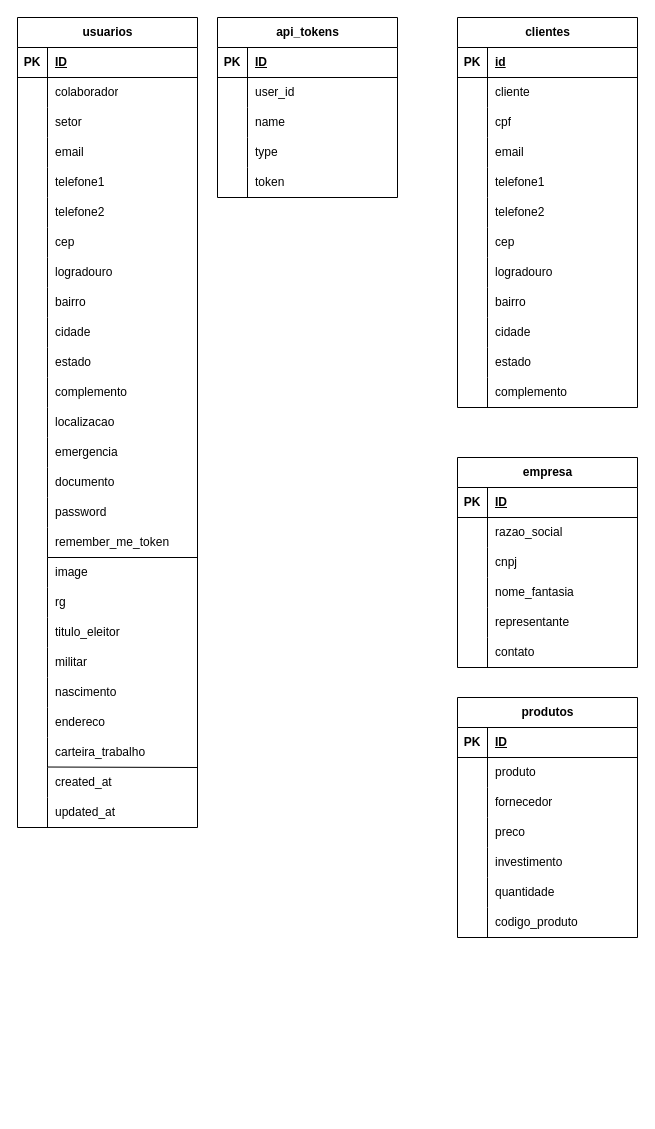
The draw.io diagram resources/diagrama_classe.drawio in VitorCostaTI/LingoBack, before the edit. Source tidied: cells renumbered, new cells numbered last; positions are measured from the earlier drawing's top-left corner, leaving out a move shared by most shapes. Both pictures are drawn from the tidied source at 100%, with x=0, y=0 at pixel (17, 17).
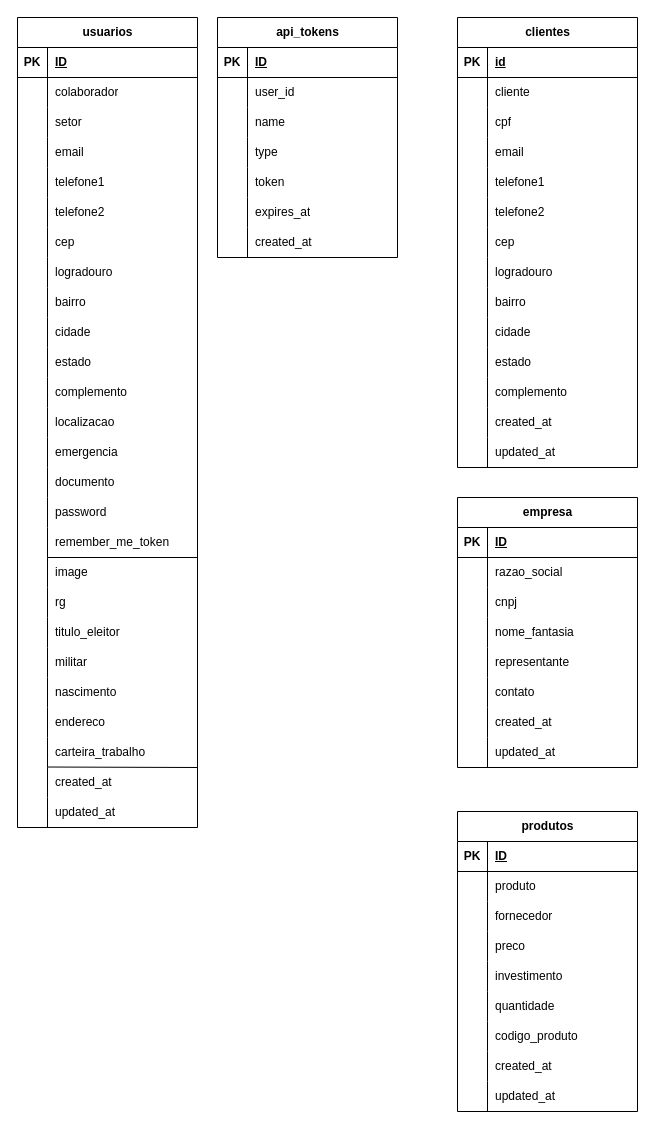
After the change.

What changed in the source:
```diff
@@
     <mxCell id="83" value="api_tokens" style="shape=table;startSize=30;childLayout=tableLayout;rowLines=0;fontStyle=1;align=center;html=1;" parent="1" vertex="1">
-      <mxGeometry x="200" width="180" height="180" as="geometry" />
+      <mxGeometry x="200" width="180" height="240" as="geometry" />
     </mxCell>
@@
+    <mxCell id="177" style="shape=tableRow;horizontal=0;startSize=0;swimlaneHead=0;swimlaneBody=0;fillColor=none;top=0;left=0;right=0;bottom=0;" parent="83" vertex="1">
+      <mxGeometry y="180" width="180" height="30" as="geometry" />
+    </mxCell>
+    <mxCell id="178" style="shape=partialRectangle;fillColor=none;top=0;left=0;bottom=0;right=0;overflow=hidden;whiteSpace=wrap;html=1;" parent="177" vertex="1">
+      <mxGeometry width="30" height="30" as="geometry" />
+    </mxCell>
+    <mxCell id="179" value="expires_at" style="shape=partialRectangle;fillColor=none;top=0;left=0;bottom=0;right=0;align=left;spacingLeft=6;overflow=hidden;whiteSpace=wrap;html=1;" parent="177" vertex="1">
+      <mxGeometry x="30" width="150" height="30" as="geometry" />
+    </mxCell>
+    <mxCell id="180" style="shape=tableRow;horizontal=0;startSize=0;swimlaneHead=0;swimlaneBody=0;fillColor=none;top=0;left=0;right=0;bottom=0;" parent="83" vertex="1">
+      <mxGeometry y="210" width="180" height="30" as="geometry" />
+    </mxCell>
+    <mxCell id="181" style="shape=partialRectangle;fillColor=none;top=0;left=0;bottom=0;right=0;overflow=hidden;whiteSpace=wrap;html=1;" parent="180" vertex="1">
+      <mxGeometry width="30" height="30" as="geometry" />
+    </mxCell>
+    <mxCell id="182" value="created_at&lt;br&gt;" style="shape=partialRectangle;fillColor=none;top=0;left=0;bottom=0;right=0;align=left;spacingLeft=6;overflow=hidden;whiteSpace=wrap;html=1;" parent="180" vertex="1">
+      <mxGeometry x="30" width="150" height="30" as="geometry" />
+    </mxCell>
     <mxCell id="99" value="clientes" style="shape=table;startSize=30;childLayout=tableLayout;rowLines=0;fontStyle=1;align=center;html=1;" parent="1" vertex="1">
-      <mxGeometry x="440" width="180" height="390" as="geometry" />
+      <mxGeometry x="440" width="180" height="450" as="geometry" />
     </mxCell>
@@
+    <mxCell id="183" style="shape=tableRow;horizontal=0;startSize=0;swimlaneHead=0;swimlaneBody=0;fillColor=none;top=0;left=0;right=0;bottom=0;" parent="99" vertex="1">
+      <mxGeometry y="390" width="180" height="30" as="geometry" />
+    </mxCell>
+    <mxCell id="184" style="shape=partialRectangle;fillColor=none;top=0;left=0;bottom=0;right=0;overflow=hidden;whiteSpace=wrap;html=1;" parent="183" vertex="1">
+      <mxGeometry width="30" height="30" as="geometry" />
+    </mxCell>
+    <mxCell id="185" value="created_at" style="shape=partialRectangle;fillColor=none;top=0;left=0;bottom=0;right=0;align=left;spacingLeft=6;overflow=hidden;whiteSpace=wrap;html=1;" parent="183" vertex="1">
+      <mxGeometry x="30" width="150" height="30" as="geometry" />
+    </mxCell>
+    <mxCell id="186" style="shape=tableRow;horizontal=0;startSize=0;swimlaneHead=0;swimlaneBody=0;fillColor=none;top=0;left=0;right=0;bottom=0;" parent="99" vertex="1">
+      <mxGeometry y="420" width="180" height="30" as="geometry" />
+    </mxCell>
+    <mxCell id="187" style="shape=partialRectangle;fillColor=none;top=0;left=0;bottom=0;right=0;overflow=hidden;whiteSpace=wrap;html=1;" parent="186" vertex="1">
+      <mxGeometry width="30" height="30" as="geometry" />
+    </mxCell>
+    <mxCell id="188" value="updated_at" style="shape=partialRectangle;fillColor=none;top=0;left=0;bottom=0;right=0;align=left;spacingLeft=6;overflow=hidden;whiteSpace=wrap;html=1;" parent="186" vertex="1">
+      <mxGeometry x="30" width="150" height="30" as="geometry" />
+    </mxCell>
     <mxCell id="136" value="empresa" style="shape=table;startSize=30;childLayout=tableLayout;rowLines=0;fontStyle=1;align=center;html=1;" parent="1" vertex="1">
-      <mxGeometry x="440" y="440" width="180" height="210" as="geometry" />
+      <mxGeometry x="440" y="480" width="180" height="270" as="geometry" />
     </mxCell>
@@
+    <mxCell id="189" style="shape=tableRow;horizontal=0;startSize=0;swimlaneHead=0;swimlaneBody=0;fillColor=none;top=0;left=0;right=0;bottom=0;" parent="136" vertex="1">
+      <mxGeometry y="210" width="180" height="30" as="geometry" />
+    </mxCell>
+    <mxCell id="190" style="shape=partialRectangle;fillColor=none;top=0;left=0;bottom=0;right=0;overflow=hidden;whiteSpace=wrap;html=1;" parent="189" vertex="1">
+      <mxGeometry width="30" height="30" as="geometry" />
+    </mxCell>
+    <mxCell id="191" value="created_at" style="shape=partialRectangle;fillColor=none;top=0;left=0;bottom=0;right=0;align=left;spacingLeft=6;overflow=hidden;whiteSpace=wrap;html=1;" parent="189" vertex="1">
+      <mxGeometry x="30" width="150" height="30" as="geometry" />
+    </mxCell>
+    <mxCell id="192" style="shape=tableRow;horizontal=0;startSize=0;swimlaneHead=0;swimlaneBody=0;fillColor=none;top=0;left=0;right=0;bottom=0;" parent="136" vertex="1">
+      <mxGeometry y="240" width="180" height="30" as="geometry" />
+    </mxCell>
+    <mxCell id="193" style="shape=partialRectangle;fillColor=none;top=0;left=0;bottom=0;right=0;overflow=hidden;whiteSpace=wrap;html=1;" parent="192" vertex="1">
+      <mxGeometry width="30" height="30" as="geometry" />
+    </mxCell>
+    <mxCell id="194" value="updated_at" style="shape=partialRectangle;fillColor=none;top=0;left=0;bottom=0;right=0;align=left;spacingLeft=6;overflow=hidden;whiteSpace=wrap;html=1;" parent="192" vertex="1">
+      <mxGeometry x="30" width="150" height="30" as="geometry" />
+    </mxCell>
     <mxCell id="155" value="produtos" style="shape=table;startSize=30;childLayout=tableLayout;rowLines=0;fontStyle=1;align=center;html=1;" parent="1" vertex="1">
-      <mxGeometry x="440" y="680" width="180" height="240" as="geometry" />
+      <mxGeometry x="440" y="794" width="180" height="300" as="geometry" />
     </mxCell>
@@
+    <mxCell id="195" style="shape=tableRow;horizontal=0;startSize=0;swimlaneHead=0;swimlaneBody=0;fillColor=none;top=0;left=0;right=0;bottom=0;" parent="155" vertex="1">
+      <mxGeometry y="240" width="180" height="30" as="geometry" />
+    </mxCell>
+    <mxCell id="196" style="shape=partialRectangle;fillColor=none;top=0;left=0;bottom=0;right=0;overflow=hidden;whiteSpace=wrap;html=1;" parent="195" vertex="1">
+      <mxGeometry width="30" height="30" as="geometry" />
+    </mxCell>
+    <mxCell id="197" value="created_at" style="shape=partialRectangle;fillColor=none;top=0;left=0;bottom=0;right=0;align=left;spacingLeft=6;overflow=hidden;whiteSpace=wrap;html=1;" parent="195" vertex="1">
+      <mxGeometry x="30" width="150" height="30" as="geometry" />
+    </mxCell>
+    <mxCell id="198" style="shape=tableRow;horizontal=0;startSize=0;swimlaneHead=0;swimlaneBody=0;fillColor=none;top=0;left=0;right=0;bottom=0;" parent="155" vertex="1">
+      <mxGeometry y="270" width="180" height="30" as="geometry" />
+    </mxCell>
+    <mxCell id="199" style="shape=partialRectangle;fillColor=none;top=0;left=0;bottom=0;right=0;overflow=hidden;whiteSpace=wrap;html=1;" parent="198" vertex="1">
+      <mxGeometry width="30" height="30" as="geometry" />
+    </mxCell>
+    <mxCell id="200" value="updated_at" style="shape=partialRectangle;fillColor=none;top=0;left=0;bottom=0;right=0;align=left;spacingLeft=6;overflow=hidden;whiteSpace=wrap;html=1;" parent="198" vertex="1">
+      <mxGeometry x="30" width="150" height="30" as="geometry" />
+    </mxCell>
```
